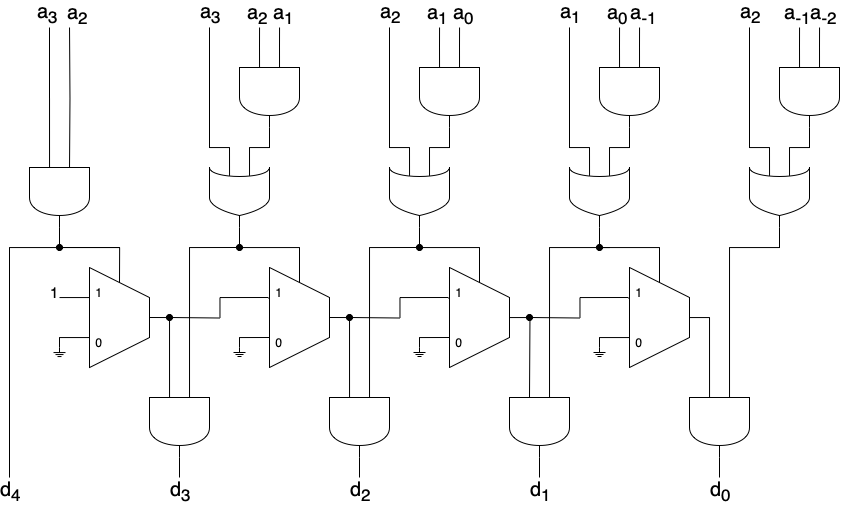
savedbyawaif/ApproxNOD keeps this draw.io diagram as Logic Diagrams/CARRY_4BIT_SLICE.png. Above is the earlier version. Source tidied: cells renumbered, new cells last; positions are measured from the earlier drawing's top-left corner, leaving out a move shared by most shapes.
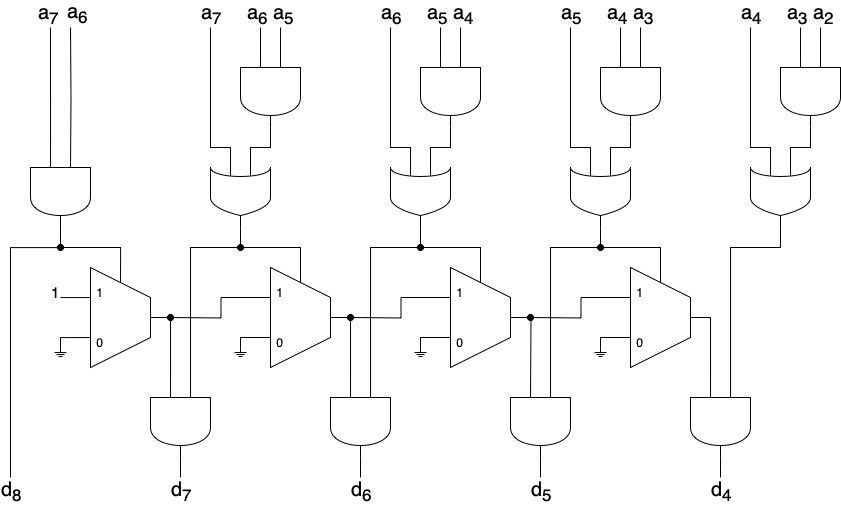
After the commit.

Change to the diagram source:
```diff
@@ -28,7 +28,7 @@
         <mxPoint x="40" as="targetPoint" />
       </mxGeometry>
     </mxCell>
-    <mxCell id="8" value="&lt;div style=&quot;font-size: 20px;&quot;&gt;a&lt;sub&gt;3&lt;/sub&gt;&lt;/div&gt;" style="edgeLabel;html=1;align=center;verticalAlign=middle;fontSize=20;labelBackgroundColor=none;" parent="7" vertex="1">
+    <mxCell id="8" value="&lt;div style=&quot;font-size: 20px;&quot;&gt;a&lt;sub&gt;7&lt;/sub&gt;&lt;/div&gt;" style="edgeLabel;html=1;align=center;verticalAlign=middle;fontSize=20;labelBackgroundColor=none;" parent="7" vertex="1">
       <mxGeometry relative="1" as="geometry">
         <mxPoint x="-3" y="-84" as="offset" />
       </mxGeometry>
@@ -43,7 +43,7 @@
         </Array>
       </mxGeometry>
     </mxCell>
-    <mxCell id="10" value="&lt;font style=&quot;font-size: 20px;&quot;&gt;d&lt;sub&gt;4&lt;/sub&gt;&lt;/font&gt;" style="edgeLabel;html=1;align=center;verticalAlign=middle;labelBackgroundColor=none;" parent="9" vertex="1">
+    <mxCell id="10" value="&lt;font style=&quot;font-size: 20px;&quot;&gt;d&lt;sub&gt;8&lt;/sub&gt;&lt;/font&gt;" style="edgeLabel;html=1;align=center;verticalAlign=middle;labelBackgroundColor=none;" parent="9" vertex="1">
       <mxGeometry x="0.97" relative="1" as="geometry">
         <mxPoint y="17" as="offset" />
       </mxGeometry>
@@ -63,7 +63,7 @@
         <mxPoint x="60" as="sourcePoint" />
       </mxGeometry>
     </mxCell>
-    <mxCell id="13" value="&lt;font style=&quot;font-size: 20px;&quot;&gt;a&lt;span style=&quot;font-size: 20px;&quot;&gt;&lt;sub&gt;2&lt;/sub&gt;&lt;/span&gt;&lt;/font&gt;" style="edgeLabel;html=1;align=center;verticalAlign=middle;labelBackgroundColor=none;fontSize=20;" parent="12" vertex="1">
+    <mxCell id="13" value="&lt;font style=&quot;font-size: 20px;&quot;&gt;a&lt;span style=&quot;font-size: 20px;&quot;&gt;&lt;sub&gt;6&lt;/sub&gt;&lt;/span&gt;&lt;/font&gt;" style="edgeLabel;html=1;align=center;verticalAlign=middle;labelBackgroundColor=none;fontSize=20;" parent="12" vertex="1">
       <mxGeometry x="-1" y="10" relative="1" as="geometry">
         <mxPoint x="-3" y="-14" as="offset" />
       </mxGeometry>
@@ -73,7 +73,7 @@
         <mxPoint x="430" as="targetPoint" />
       </mxGeometry>
     </mxCell>
-    <mxCell id="15" value="a&lt;sub&gt;1&lt;/sub&gt;" style="edgeLabel;html=1;align=center;verticalAlign=middle;fontSize=20;labelBackgroundColor=none;" parent="14" vertex="1">
+    <mxCell id="15" value="a&lt;sub&gt;5&lt;/sub&gt;" style="edgeLabel;html=1;align=center;verticalAlign=middle;fontSize=20;labelBackgroundColor=none;" parent="14" vertex="1">
       <mxGeometry relative="1" as="geometry">
         <mxPoint x="-3" y="-34" as="offset" />
       </mxGeometry>
@@ -83,7 +83,7 @@
         <mxPoint x="450" as="targetPoint" />
       </mxGeometry>
     </mxCell>
-    <mxCell id="17" value="a&lt;sub&gt;0&lt;/sub&gt;" style="edgeLabel;html=1;align=center;verticalAlign=middle;fontSize=20;labelBackgroundColor=none;" parent="16" vertex="1">
+    <mxCell id="17" value="a&lt;sub&gt;4&lt;/sub&gt;" style="edgeLabel;html=1;align=center;verticalAlign=middle;fontSize=20;labelBackgroundColor=none;" parent="16" vertex="1">
       <mxGeometry relative="1" as="geometry">
         <mxPoint x="3" y="-34" as="offset" />
       </mxGeometry>
@@ -101,7 +101,7 @@
         </Array>
       </mxGeometry>
     </mxCell>
-    <mxCell id="20" value="&lt;div style=&quot;font-size: 20px;&quot;&gt;a&lt;sub&gt;2&lt;/sub&gt;&lt;/div&gt;" style="edgeLabel;html=1;align=center;verticalAlign=middle;fontSize=20;labelBackgroundColor=none;" parent="19" vertex="1">
+    <mxCell id="20" value="&lt;div style=&quot;font-size: 20px;&quot;&gt;a&lt;sub&gt;6&lt;/sub&gt;&lt;/div&gt;" style="edgeLabel;html=1;align=center;verticalAlign=middle;fontSize=20;labelBackgroundColor=none;" parent="19" vertex="1">
       <mxGeometry relative="1" as="geometry">
         <mxPoint y="-98" as="offset" />
       </mxGeometry>
@@ -120,7 +120,7 @@
         <mxPoint x="350" y="450" as="targetPoint" />
       </mxGeometry>
     </mxCell>
-    <mxCell id="25" value="&lt;font style=&quot;font-size: 20px;&quot;&gt;d&lt;sub&gt;2&lt;/sub&gt;&lt;/font&gt;" style="edgeLabel;html=1;align=center;verticalAlign=middle;labelBackgroundColor=none;" parent="24" vertex="1">
+    <mxCell id="25" value="&lt;font style=&quot;font-size: 20px;&quot;&gt;d&lt;sub&gt;6&lt;/sub&gt;&lt;/font&gt;" style="edgeLabel;html=1;align=center;verticalAlign=middle;labelBackgroundColor=none;" parent="24" vertex="1">
       <mxGeometry relative="1" as="geometry">
         <mxPoint y="23" as="offset" />
       </mxGeometry>
@@ -188,7 +188,7 @@
         <mxPoint x="530" y="450" as="targetPoint" />
       </mxGeometry>
     </mxCell>
-    <mxCell id="38" value="&lt;font style=&quot;font-size: 20px;&quot;&gt;d&lt;sub&gt;1&lt;/sub&gt;&lt;/font&gt;" style="edgeLabel;html=1;align=center;verticalAlign=middle;labelBackgroundColor=none;" parent="37" vertex="1">
+    <mxCell id="38" value="&lt;font style=&quot;font-size: 20px;&quot;&gt;d&lt;sub&gt;5&lt;/sub&gt;&lt;/font&gt;" style="edgeLabel;html=1;align=center;verticalAlign=middle;labelBackgroundColor=none;" parent="37" vertex="1">
       <mxGeometry relative="1" as="geometry">
         <mxPoint y="23" as="offset" />
       </mxGeometry>
@@ -218,7 +218,7 @@
         <mxPoint x="710" y="450" as="targetPoint" />
       </mxGeometry>
     </mxCell>
-    <mxCell id="44" value="&lt;font style=&quot;font-size: 20px;&quot;&gt;d&lt;sub&gt;0&lt;/sub&gt;&lt;/font&gt;" style="edgeLabel;html=1;align=center;verticalAlign=middle;labelBackgroundColor=none;" parent="43" vertex="1">
+    <mxCell id="44" value="&lt;font style=&quot;font-size: 20px;&quot;&gt;d&lt;sub&gt;4&lt;/sub&gt;&lt;/font&gt;" style="edgeLabel;html=1;align=center;verticalAlign=middle;labelBackgroundColor=none;" parent="43" vertex="1">
       <mxGeometry relative="1" as="geometry">
         <mxPoint y="23" as="offset" />
       </mxGeometry>
@@ -249,7 +249,7 @@
         <mxPoint x="610" as="targetPoint" />
       </mxGeometry>
     </mxCell>
-    <mxCell id="53" value="a&lt;sub&gt;0&lt;/sub&gt;" style="edgeLabel;html=1;align=center;verticalAlign=middle;fontSize=20;labelBackgroundColor=none;" parent="52" vertex="1">
+    <mxCell id="53" value="a&lt;sub&gt;4&lt;/sub&gt;" style="edgeLabel;html=1;align=center;verticalAlign=middle;fontSize=20;labelBackgroundColor=none;" parent="52" vertex="1">
       <mxGeometry relative="1" as="geometry">
         <mxPoint x="-3" y="-34" as="offset" />
       </mxGeometry>
@@ -259,7 +259,7 @@
         <mxPoint x="630" as="targetPoint" />
       </mxGeometry>
     </mxCell>
-    <mxCell id="55" value="a&lt;sub&gt;-1&lt;/sub&gt;" style="edgeLabel;html=1;align=center;verticalAlign=middle;fontSize=20;labelBackgroundColor=none;" parent="54" vertex="1">
+    <mxCell id="55" value="a&lt;sub&gt;3&lt;/sub&gt;" style="edgeLabel;html=1;align=center;verticalAlign=middle;fontSize=20;labelBackgroundColor=none;" parent="54" vertex="1">
       <mxGeometry relative="1" as="geometry">
         <mxPoint x="3" y="-34" as="offset" />
       </mxGeometry>
@@ -277,7 +277,7 @@
         </Array>
       </mxGeometry>
     </mxCell>
-    <mxCell id="58" value="&lt;div style=&quot;font-size: 20px;&quot;&gt;a&lt;sub&gt;1&lt;/sub&gt;&lt;/div&gt;" style="edgeLabel;html=1;align=center;verticalAlign=middle;fontSize=20;labelBackgroundColor=none;" parent="57" vertex="1">
+    <mxCell id="58" value="&lt;div style=&quot;font-size: 20px;&quot;&gt;a&lt;sub&gt;5&lt;/sub&gt;&lt;/div&gt;" style="edgeLabel;html=1;align=center;verticalAlign=middle;fontSize=20;labelBackgroundColor=none;" parent="57" vertex="1">
       <mxGeometry relative="1" as="geometry">
         <mxPoint y="-98" as="offset" />
       </mxGeometry>
@@ -305,7 +305,7 @@
         <mxPoint x="790" as="targetPoint" />
       </mxGeometry>
     </mxCell>
-    <mxCell id="64" value="a&lt;sub&gt;-1&lt;/sub&gt;" style="edgeLabel;html=1;align=center;verticalAlign=middle;fontSize=20;labelBackgroundColor=none;" parent="63" vertex="1">
+    <mxCell id="64" value="a&lt;sub&gt;3&lt;/sub&gt;" style="edgeLabel;html=1;align=center;verticalAlign=middle;fontSize=20;labelBackgroundColor=none;" parent="63" vertex="1">
       <mxGeometry relative="1" as="geometry">
         <mxPoint x="-3" y="-34" as="offset" />
       </mxGeometry>
@@ -315,7 +315,7 @@
         <mxPoint x="810" as="targetPoint" />
       </mxGeometry>
     </mxCell>
-    <mxCell id="66" value="a&lt;sub&gt;-2&lt;/sub&gt;" style="edgeLabel;html=1;align=center;verticalAlign=middle;fontSize=20;labelBackgroundColor=none;" parent="65" vertex="1">
+    <mxCell id="66" value="a&lt;sub&gt;2&lt;/sub&gt;" style="edgeLabel;html=1;align=center;verticalAlign=middle;fontSize=20;labelBackgroundColor=none;" parent="65" vertex="1">
       <mxGeometry relative="1" as="geometry">
         <mxPoint x="3" y="-34" as="offset" />
       </mxGeometry>
@@ -333,7 +333,7 @@
         </Array>
       </mxGeometry>
     </mxCell>
-    <mxCell id="69" value="&lt;div style=&quot;font-size: 20px;&quot;&gt;a&lt;sub&gt;2&lt;/sub&gt;&lt;/div&gt;" style="edgeLabel;html=1;align=center;verticalAlign=middle;fontSize=20;labelBackgroundColor=none;" parent="68" vertex="1">
+    <mxCell id="69" value="&lt;div style=&quot;font-size: 20px;&quot;&gt;a&lt;sub&gt;4&lt;/sub&gt;&lt;/div&gt;" style="edgeLabel;html=1;align=center;verticalAlign=middle;fontSize=20;labelBackgroundColor=none;" parent="68" vertex="1">
       <mxGeometry relative="1" as="geometry">
         <mxPoint y="-98" as="offset" />
       </mxGeometry>
@@ -360,7 +360,7 @@
         <mxPoint x="250" as="targetPoint" />
       </mxGeometry>
     </mxCell>
-    <mxCell id="75" value="a&lt;sub&gt;2&lt;/sub&gt;" style="edgeLabel;html=1;align=center;verticalAlign=middle;fontSize=20;labelBackgroundColor=none;" parent="74" vertex="1">
+    <mxCell id="75" value="a&lt;sub&gt;6&lt;/sub&gt;" style="edgeLabel;html=1;align=center;verticalAlign=middle;fontSize=20;labelBackgroundColor=none;" parent="74" vertex="1">
       <mxGeometry relative="1" as="geometry">
         <mxPoint x="-3" y="-34" as="offset" />
       </mxGeometry>
@@ -370,7 +370,7 @@
         <mxPoint x="270" as="targetPoint" />
       </mxGeometry>
     </mxCell>
-    <mxCell id="77" value="a&lt;sub&gt;1&lt;/sub&gt;" style="edgeLabel;html=1;align=center;verticalAlign=middle;fontSize=20;labelBackgroundColor=none;" parent="76" vertex="1">
+    <mxCell id="77" value="a&lt;sub&gt;5&lt;/sub&gt;" style="edgeLabel;html=1;align=center;verticalAlign=middle;fontSize=20;labelBackgroundColor=none;" parent="76" vertex="1">
       <mxGeometry relative="1" as="geometry">
         <mxPoint x="3" y="-34" as="offset" />
       </mxGeometry>
@@ -388,7 +388,7 @@
         </Array>
       </mxGeometry>
     </mxCell>
-    <mxCell id="80" value="&lt;div style=&quot;font-size: 20px;&quot;&gt;a&lt;sub&gt;3&lt;/sub&gt;&lt;/div&gt;" style="edgeLabel;html=1;align=center;verticalAlign=middle;fontSize=20;labelBackgroundColor=none;" parent="79" vertex="1">
+    <mxCell id="80" value="&lt;div style=&quot;font-size: 20px;&quot;&gt;a&lt;sub&gt;7&lt;/sub&gt;&lt;/div&gt;" style="edgeLabel;html=1;align=center;verticalAlign=middle;fontSize=20;labelBackgroundColor=none;" parent="79" vertex="1">
       <mxGeometry relative="1" as="geometry">
         <mxPoint y="-98" as="offset" />
       </mxGeometry>
@@ -407,7 +407,7 @@
         <mxPoint x="170" y="450" as="targetPoint" />
       </mxGeometry>
     </mxCell>
-    <mxCell id="85" value="&lt;font style=&quot;font-size: 20px;&quot;&gt;d&lt;sub&gt;3&lt;/sub&gt;&lt;/font&gt;" style="edgeLabel;html=1;align=center;verticalAlign=middle;labelBackgroundColor=none;" parent="84" vertex="1">
+    <mxCell id="85" value="&lt;font style=&quot;font-size: 20px;&quot;&gt;d&lt;sub&gt;7&lt;/sub&gt;&lt;/font&gt;" style="edgeLabel;html=1;align=center;verticalAlign=middle;labelBackgroundColor=none;" parent="84" vertex="1">
       <mxGeometry relative="1" as="geometry">
         <mxPoint y="23" as="offset" />
       </mxGeometry>
```
